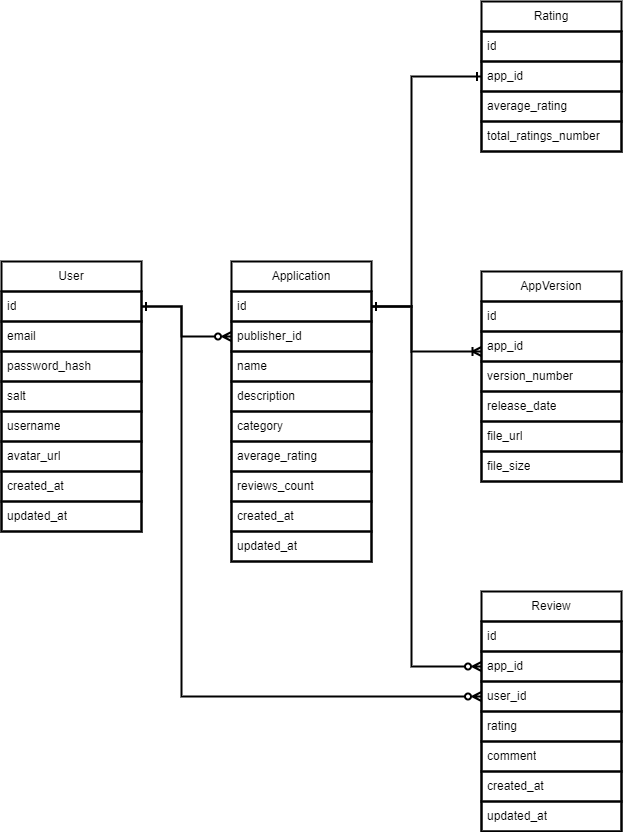
TheVovchenskiy/Highload_Google_Play keeps this draw.io diagram as images/logic_db.png. Above is the earlier version. Source tidied: cells renumbered, new cells last; positions are measured from the earlier drawing's top-left corner, leaving out a move shared by most shapes.
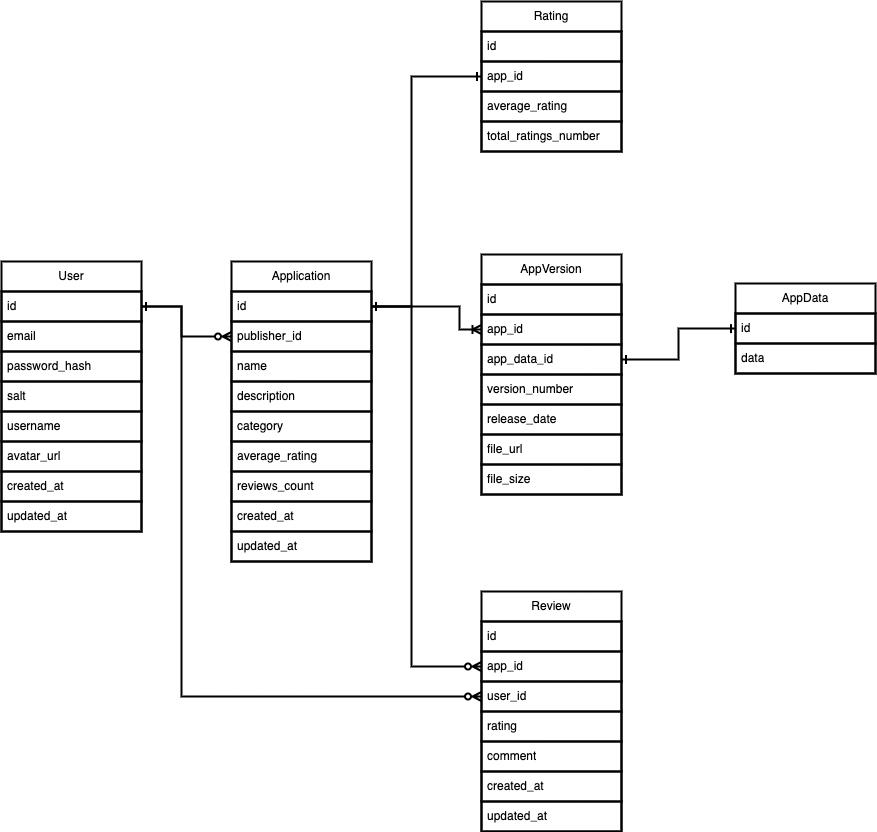
The same diagram one commit later.

Commit message:
обновить схемы

What changed in the source:
```diff
@@ -60,7 +60,7 @@
       <mxGeometry y="270" width="140" height="30" as="geometry" />
     </mxCell>
     <mxCell id="21" value="AppVersion" style="swimlane;fontStyle=0;horizontal=1;startSize=30;whiteSpace=wrap;html=1;rounded=0;gradientColor=none;swimlaneFillColor=none;strokeColor=#000000;fontColor=#000000;labelBackgroundColor=none;labelBorderColor=none;strokeWidth=2;swimlaneLine=1;" parent="1" vertex="1">
-      <mxGeometry x="480" y="270" width="140" height="210" as="geometry" />
+      <mxGeometry x="480" y="253" width="140" height="240" as="geometry" />
     </mxCell>
     <mxCell id="22" value="id" style="text;strokeColor=#000000;fillColor=none;align=left;verticalAlign=middle;spacingLeft=4;spacingRight=4;overflow=hidden;whiteSpace=wrap;html=1;rounded=0;fontColor=#000000;strokeWidth=2;swimlaneLine=1;" parent="21" vertex="1">
       <mxGeometry y="30" width="140" height="30" as="geometry" />
@@ -68,17 +68,20 @@
     <mxCell id="23" value="app_id" style="text;strokeColor=#000000;fillColor=none;align=left;verticalAlign=middle;spacingLeft=4;spacingRight=4;overflow=hidden;points=[[0,0.5],[1,0.5]];portConstraint=eastwest;whiteSpace=wrap;html=1;rounded=0;fontColor=#000000;strokeWidth=2;swimlaneLine=1;" parent="21" vertex="1">
       <mxGeometry y="60" width="140" height="30" as="geometry" />
     </mxCell>
+    <mxCell id="46" value="app_data_id" style="text;strokeColor=#000000;fillColor=none;align=left;verticalAlign=middle;spacingLeft=4;spacingRight=4;overflow=hidden;points=[[0,0.5],[1,0.5]];portConstraint=eastwest;whiteSpace=wrap;html=1;rounded=0;fontColor=#000000;strokeWidth=2;swimlaneLine=1;" parent="21" vertex="1">
+      <mxGeometry y="90" width="140" height="30" as="geometry" />
+    </mxCell>
     <mxCell id="24" value="version_number" style="text;strokeColor=#000000;fillColor=none;align=left;verticalAlign=middle;spacingLeft=4;spacingRight=4;overflow=hidden;whiteSpace=wrap;html=1;rounded=0;fontColor=#000000;strokeWidth=2;swimlaneLine=1;" parent="21" vertex="1">
-      <mxGeometry y="90" width="140" height="30" as="geometry" />
+      <mxGeometry y="120" width="140" height="30" as="geometry" />
     </mxCell>
     <mxCell id="25" value="release_date" style="text;strokeColor=#000000;fillColor=none;align=left;verticalAlign=middle;spacingLeft=4;spacingRight=4;overflow=hidden;whiteSpace=wrap;html=1;rounded=0;fontColor=#000000;strokeWidth=2;swimlaneLine=1;" parent="21" vertex="1">
-      <mxGeometry y="120" width="140" height="30" as="geometry" />
+      <mxGeometry y="150" width="140" height="30" as="geometry" />
     </mxCell>
     <mxCell id="26" value="file_url" style="text;strokeColor=#000000;fillColor=none;align=left;verticalAlign=middle;spacingLeft=4;spacingRight=4;overflow=hidden;whiteSpace=wrap;html=1;rounded=0;fontColor=#000000;strokeWidth=2;swimlaneLine=1;" parent="21" vertex="1">
-      <mxGeometry y="150" width="140" height="30" as="geometry" />
+      <mxGeometry y="180" width="140" height="30" as="geometry" />
     </mxCell>
     <mxCell id="27" value="file_size" style="text;strokeColor=#000000;fillColor=none;align=left;verticalAlign=middle;spacingLeft=4;spacingRight=4;overflow=hidden;whiteSpace=wrap;html=1;rounded=0;fontColor=#000000;strokeWidth=2;swimlaneLine=1;" parent="21" vertex="1">
-      <mxGeometry y="180" width="140" height="30" as="geometry" />
+      <mxGeometry y="210" width="140" height="30" as="geometry" />
     </mxCell>
     <mxCell id="28" style="edgeStyle=elbowEdgeStyle;html=1;exitX=0;exitY=0.5;exitDx=0;exitDy=0;entryX=1;entryY=0.5;entryDx=0;entryDy=0;rounded=0;fontColor=#000000;strokeWidth=2;strokeColor=#000000;swimlaneLine=1;endArrow=ERone;endFill=0;startArrow=ERzeroToMany;startFill=0;" parent="1" edge="1" source="13" target="3">
       <mxGeometry relative="1" as="geometry">
@@ -90,6 +93,8 @@
     <mxCell id="29" style="edgeStyle=elbowEdgeStyle;html=1;entryX=1;entryY=0.5;entryDx=0;entryDy=0;rounded=0;fontColor=#000000;strokeWidth=2;strokeColor=#000000;swimlaneLine=1;endArrow=ERone;endFill=0;startArrow=ERoneToMany;startFill=0;" parent="1" edge="1" source="23" target="12">
       <mxGeometry relative="1" as="geometry">
         <Array as="points">
+          <mxPoint x="458" y="328" />
+          <mxPoint x="443" y="334" />
           <mxPoint x="410" y="350" />
         </Array>
       </mxGeometry>
@@ -155,5 +160,17 @@
         </Array>
       </mxGeometry>
     </mxCell>
+    <mxCell id="47" value="AppData" style="swimlane;fontStyle=0;horizontal=1;startSize=30;whiteSpace=wrap;html=1;rounded=0;strokeWidth=2;swimlaneLine=1;" parent="1" vertex="1">
+      <mxGeometry x="734" y="282" width="140" height="90" as="geometry" />
+    </mxCell>
+    <mxCell id="48" value="id" style="text;strokeColor=#000000;fillColor=none;align=left;verticalAlign=middle;spacingLeft=4;spacingRight=4;overflow=hidden;points=[[0,0.5],[1,0.5]];portConstraint=eastwest;whiteSpace=wrap;html=1;rounded=0;fontColor=#000000;strokeWidth=2;swimlaneLine=1;" parent="47" vertex="1">
+      <mxGeometry y="30" width="140" height="30" as="geometry" />
+    </mxCell>
+    <mxCell id="49" value="data" style="text;strokeColor=#000000;fillColor=none;align=left;verticalAlign=middle;spacingLeft=4;spacingRight=4;overflow=hidden;whiteSpace=wrap;html=1;rounded=0;fontColor=#000000;strokeWidth=2;swimlaneLine=1;" parent="47" vertex="1">
+      <mxGeometry y="60" width="140" height="30" as="geometry" />
+    </mxCell>
+    <mxCell id="50" style="edgeStyle=orthogonalEdgeStyle;html=1;rounded=0;strokeWidth=2;startArrow=ERone;startFill=0;endArrow=ERone;endFill=0;" parent="1" edge="1" source="46" target="48">
+      <mxGeometry relative="1" as="geometry" />
+    </mxCell>
   </root>
 </mxGraphModel>
```
